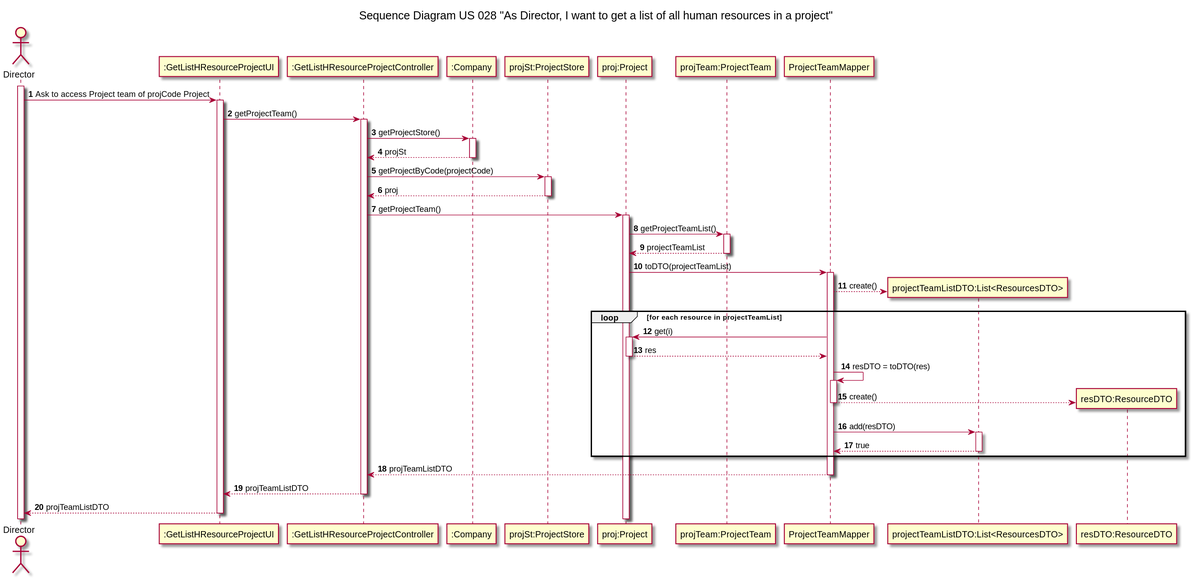
Before: docs/Sprint3/US028/US028-SD.svg, a diagram exported from PlantUML (nunogon1211787/projectManagement). Source of this version:
```plantuml
@startuml

title Sequence Diagram US 028 "As Director, I want to get a list of all human resources in a project"

autoactivate on
autonumber

actor "Director" as Director
participant ":GetListHResourceProjectUI" as UI
participant ":GetListHResourceProjectController" as Controller
participant ":Company" as Company
participant "projSt:ProjectStore" as ProjectStore
participant "proj:Project" as Project
participant "projTeam:ProjectTeam" as ProjectTeam
participant "ProjectTeamMapper" as ProjectTeamMapper
participant "projectTeamListDTO:List<ResourcesDTO>" as ProjectTeamDTO
participant "resDTO:ResourceDTO" as ResourceDTO

activate Director

Director -> UI: Ask to access Project team of projCode Project
UI -> Controller: getProjectTeam()
Controller -> Company: getProjectStore()
Company --> Controller: projSt
Controller -> ProjectStore: getProjectByCode(projectCode)
ProjectStore --> Controller: proj
Controller -> Project: getProjectTeam()
Project -> ProjectTeam: getProjectTeamList()
ProjectTeam --> Project: projectTeamList
Project -> ProjectTeamMapper : toDTO(projectTeamList)
ProjectTeamMapper --> ProjectTeamDTO**: create()
loop for each resource in projectTeamList
ProjectTeamMapper -> Project: get(i)
Project --> ProjectTeamMapper: res
ProjectTeamMapper -> ProjectTeamMapper: resDTO = toDTO(res)
ProjectTeamMapper --> ResourceDTO**: create()
deactivate ProjectTeamMapper
ProjectTeamMapper -> ProjectTeamDTO: add(resDTO)
ProjectTeamDTO --> ProjectTeamMapper: true
end
ProjectTeamMapper --> Controller: projTeamListDTO
Controller --> UI: projTeamListDTO
UI --> Director: projTeamListDTO

@enduml
```
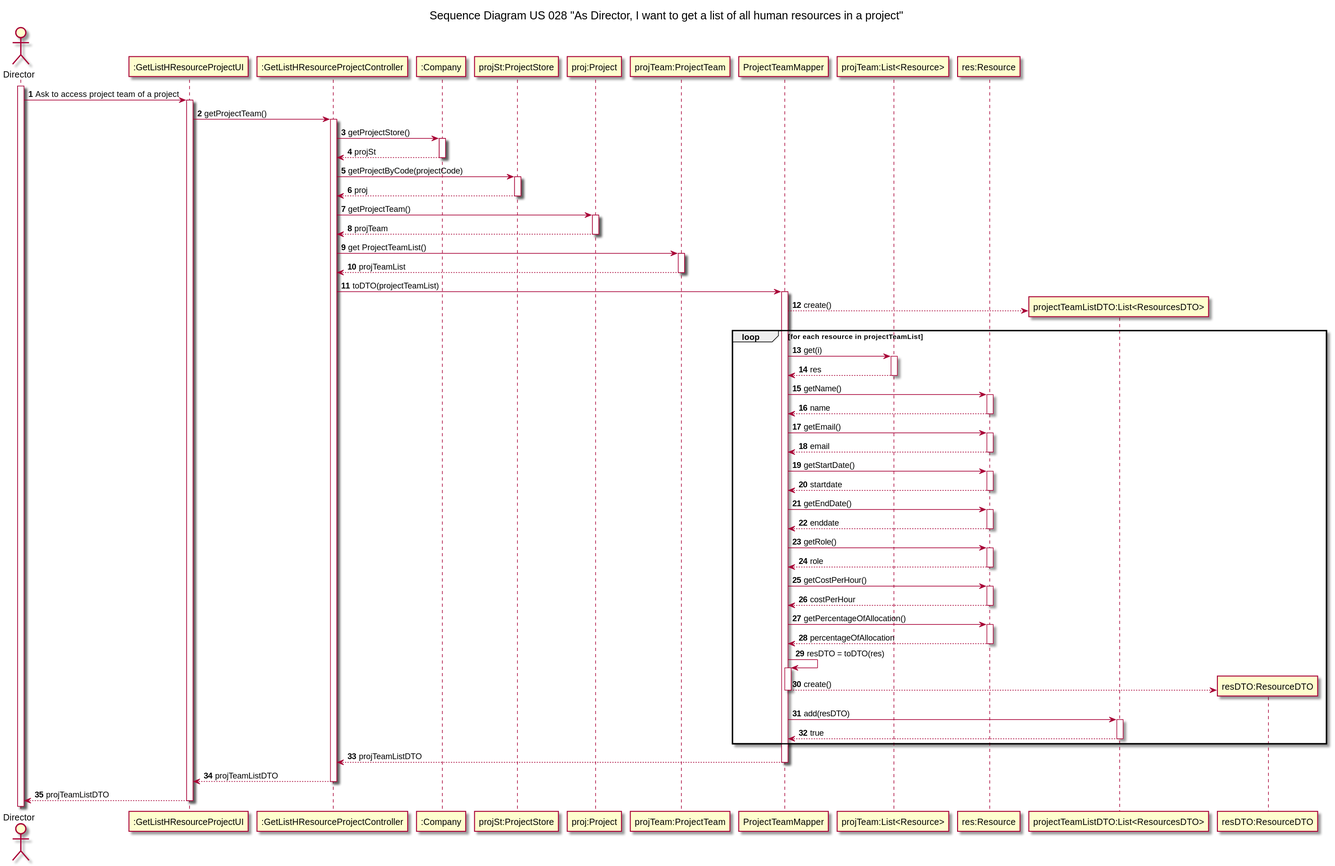
The same file after the commit.

What changed in the source:
```diff
@@ -13,25 +13,42 @@
 participant "proj:Project" as Project
 participant "projTeam:ProjectTeam" as ProjectTeam
 participant "ProjectTeamMapper" as ProjectTeamMapper
+participant "projTeam:List<Resource>" as ProjectTeam2
+participant "res:Resource" as Resource
 participant "projectTeamListDTO:List<ResourcesDTO>" as ProjectTeamDTO
 participant "resDTO:ResourceDTO" as ResourceDTO
 
 activate Director
 
-Director -> UI: Ask to access Project team of projCode Project
+Director -> UI: Ask to access project team of a project
 UI -> Controller: getProjectTeam()
 Controller -> Company: getProjectStore()
 Company --> Controller: projSt
 Controller -> ProjectStore: getProjectByCode(projectCode)
 ProjectStore --> Controller: proj
 Controller -> Project: getProjectTeam()
-Project -> ProjectTeam: getProjectTeamList()
-ProjectTeam --> Project: projectTeamList
-Project -> ProjectTeamMapper : toDTO(projectTeamList)
+Project --> Controller: projTeam
+Controller -> ProjectTeam: get ProjectTeamList()
+ProjectTeam --> Controller: projTeamList
+Controller -> ProjectTeamMapper : toDTO(projectTeamList)
 ProjectTeamMapper --> ProjectTeamDTO**: create()
 loop for each resource in projectTeamList
-ProjectTeamMapper -> Project: get(i)
-Project --> ProjectTeamMapper: res
+ProjectTeamMapper -> ProjectTeam2: get(i)
+ProjectTeam2 --> ProjectTeamMapper: res
+ProjectTeamMapper -> Resource: getName()
+Resource --> ProjectTeamMapper: name
+ProjectTeamMapper -> Resource: getEmail()
+Resource --> ProjectTeamMapper: email
+ProjectTeamMapper -> Resource: getStartDate()
+Resource --> ProjectTeamMapper: startdate
+ProjectTeamMapper -> Resource: getEndDate()
+Resource --> ProjectTeamMapper: enddate
+ProjectTeamMapper -> Resource: getRole()
+Resource --> ProjectTeamMapper: role
+ProjectTeamMapper -> Resource: getCostPerHour()
+Resource --> ProjectTeamMapper: costPerHour
+ProjectTeamMapper -> Resource: getPercentageOfAllocation()
+Resource --> ProjectTeamMapper: percentageOfAllocation
 ProjectTeamMapper -> ProjectTeamMapper: resDTO = toDTO(res)
 ProjectTeamMapper --> ResourceDTO**: create()
 deactivate ProjectTeamMapper
```
